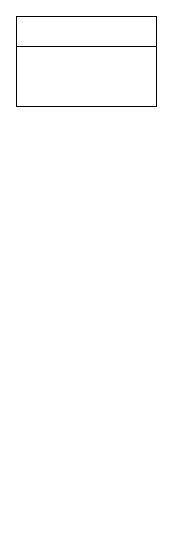
This is Untitled Diagram.drawio from ahmadmohsin04/pointofsale, a draw.io file, before an edit. Source tidied: cells renumbered, new cells numbered last; positions are measured from the earlier drawing's top-left corner, leaving out a move shared by most shapes. Both pictures are drawn from the tidied source at 100%, with x=0, y=0 at pixel (16, 16).
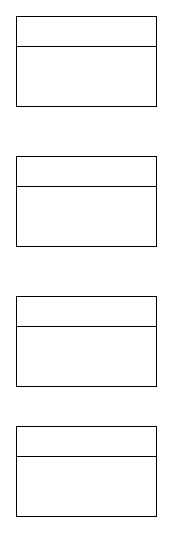
The same diagram, later.

Change to the diagram source:
```diff
@@
 <mxGraphModel>
   <root>
     <mxCell id="0" />
     <mxCell id="1" parent="0" />
     <mxCell id="2" style="rounded=0;whiteSpace=wrap;html=1;" parent="1" vertex="1">
       <mxGeometry width="140" height="30" as="geometry" />
     </mxCell>
     <mxCell id="3" style="rounded=0;whiteSpace=wrap;html=1;" parent="1" vertex="1">
       <mxGeometry y="30" width="140" height="60" as="geometry" />
     </mxCell>
+    <mxCell id="4" style="rounded=0;whiteSpace=wrap;html=1;" parent="1" vertex="1">
+      <mxGeometry y="140" width="140" height="30" as="geometry" />
+    </mxCell>
+    <mxCell id="5" style="rounded=0;whiteSpace=wrap;html=1;" parent="1" vertex="1">
+      <mxGeometry y="170" width="140" height="60" as="geometry" />
+    </mxCell>
+    <mxCell id="6" style="rounded=0;whiteSpace=wrap;html=1;" parent="1" vertex="1">
+      <mxGeometry y="280" width="140" height="30" as="geometry" />
+    </mxCell>
+    <mxCell id="7" style="rounded=0;whiteSpace=wrap;html=1;" parent="1" vertex="1">
+      <mxGeometry y="310" width="140" height="60" as="geometry" />
+    </mxCell>
+    <mxCell id="8" style="rounded=0;whiteSpace=wrap;html=1;" parent="1" vertex="1">
+      <mxGeometry y="410" width="140" height="30" as="geometry" />
+    </mxCell>
+    <mxCell id="9" style="rounded=0;whiteSpace=wrap;html=1;" parent="1" vertex="1">
+      <mxGeometry y="440" width="140" height="60" as="geometry" />
+    </mxCell>
   </root>
 </mxGraphModel>
```
